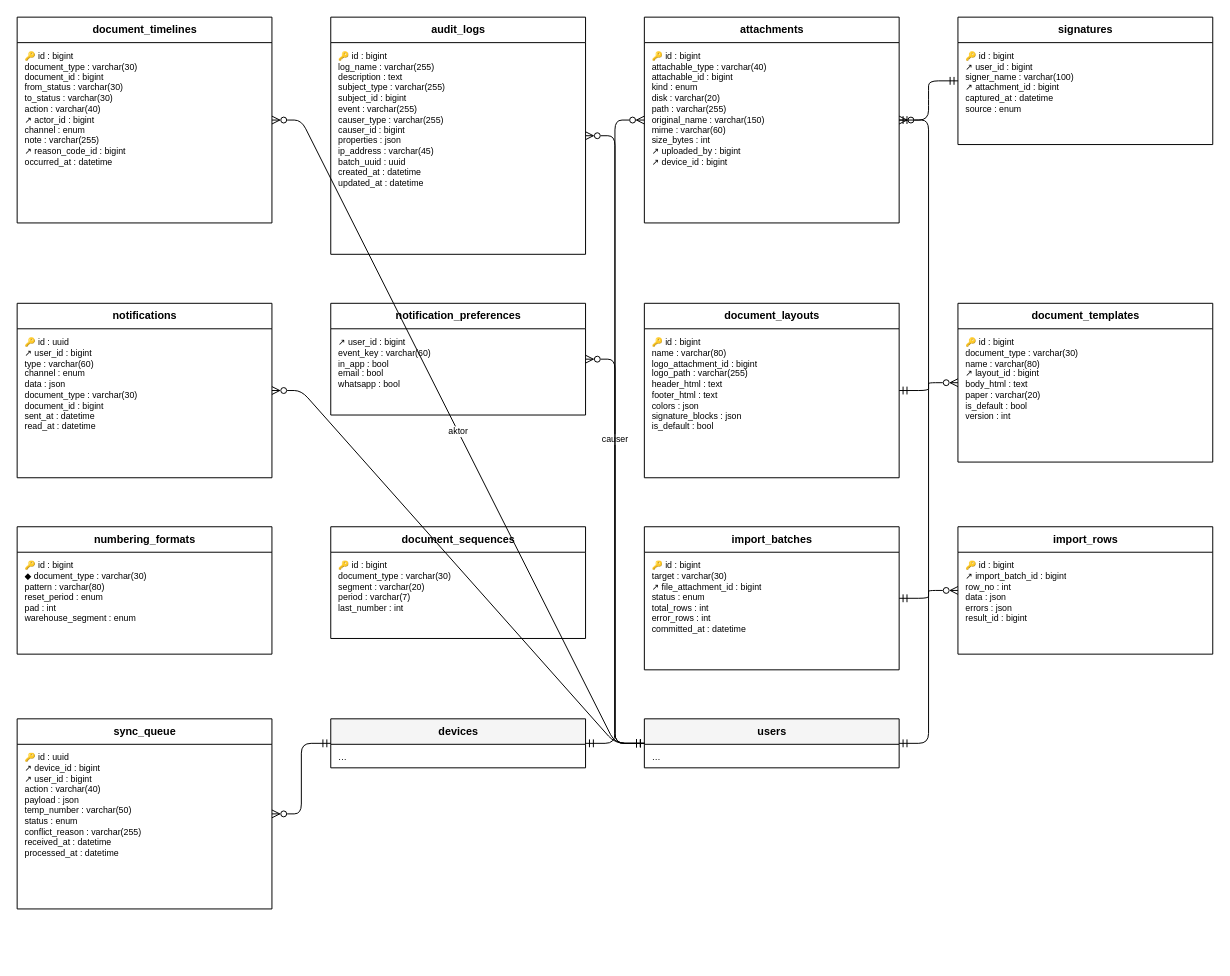
Above: docs/diagram/erd-umum.drawio in HengkyDarmawan/wms (draw.io), before the change. Source tidied: cells renumbered, new cells numbered last; positions are measured from the earlier drawing's top-left corner, leaving out a move shared by most shapes. Both pictures are drawn from the tidied source at 98%, with x=0, y=0 at pixel (17, 17).
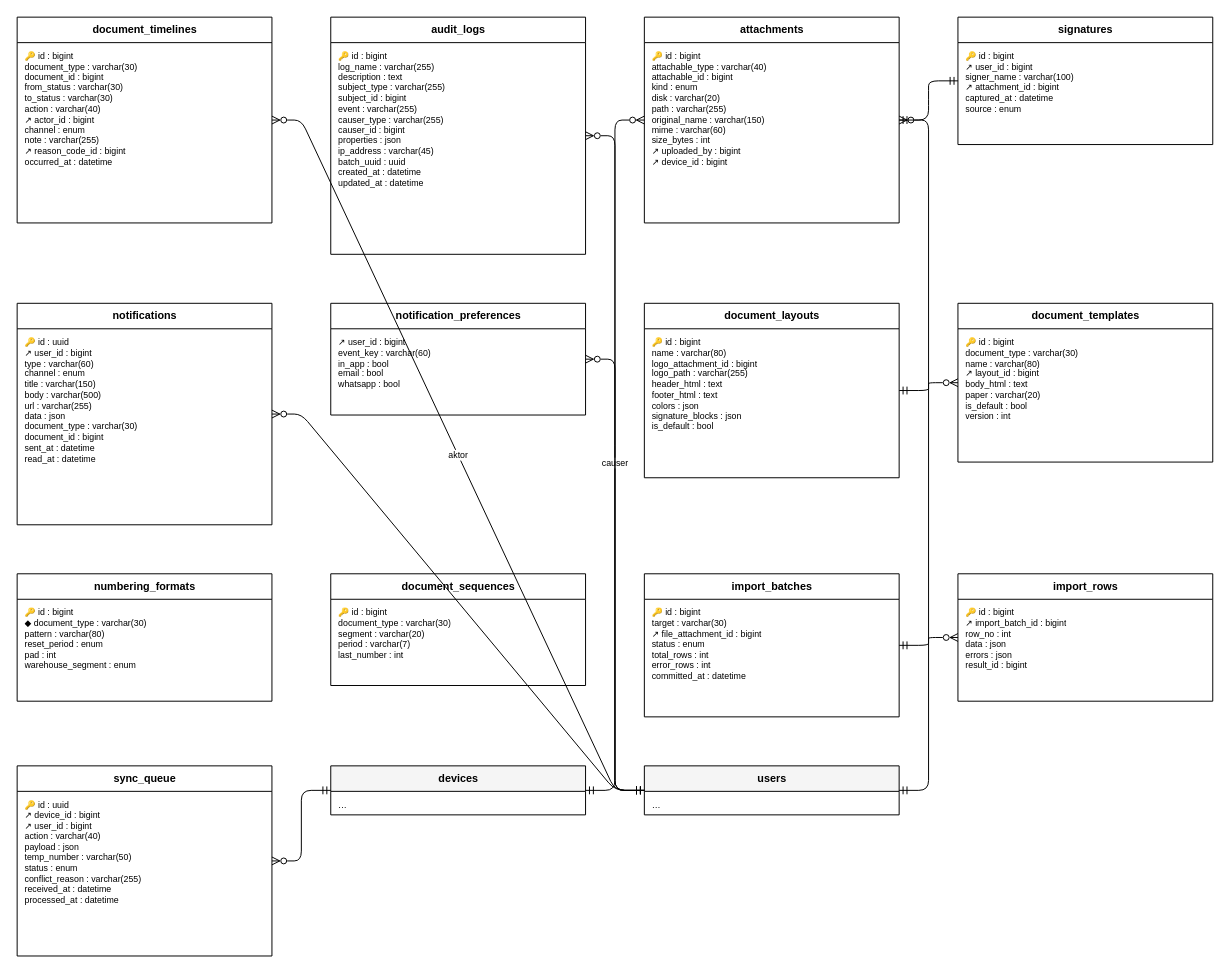
The same page after the edit.

What changed in the source:
```diff
@@
     <mxCell id="10" value="notifications" style="swimlane;fontStyle=1;horizontal=1;startSize=26;html=1;fontSize=11;fillColor=#FFFFFF;" parent="1" vertex="1">
-      <mxGeometry y="292" width="260" height="178" as="geometry" />
+      <mxGeometry y="292" width="260" height="226" as="geometry" />
     </mxCell>
-    <mxCell id="11" value="🔑 id : uuid&lt;br&gt;↗ user_id : bigint&lt;br&gt;type : varchar(60)&lt;br&gt;channel : enum&lt;br&gt;data : json&lt;br&gt;document_type : varchar(30)&lt;br&gt;document_id : bigint&lt;br&gt;sent_at : datetime&lt;br&gt;read_at : datetime" style="text;html=1;strokeColor=none;fillColor=none;align=left;verticalAlign=top;spacingLeft=6;spacingTop=2;fontSize=9;whiteSpace=wrap;overflow=hidden;" parent="10" vertex="1">
-      <mxGeometry y="26" width="260" height="152" as="geometry" />
+    <mxCell id="11" value="🔑 id : uuid&lt;br&gt;↗ user_id : bigint&lt;br&gt;type : varchar(60)&lt;br&gt;channel : enum&lt;br&gt;title : varchar(150)&lt;br&gt;body : varchar(500)&lt;br&gt;url : varchar(255)&lt;br&gt;data : json&lt;br&gt;document_type : varchar(30)&lt;br&gt;document_id : bigint&lt;br&gt;sent_at : datetime&lt;br&gt;read_at : datetime" style="text;html=1;strokeColor=none;fillColor=none;align=left;verticalAlign=top;spacingLeft=6;spacingTop=2;fontSize=9;whiteSpace=wrap;overflow=hidden;" parent="10" vertex="1">
+      <mxGeometry y="26" width="260" height="200" as="geometry" />
     </mxCell>
@@
     <mxCell id="18" value="numbering_formats" style="swimlane;fontStyle=1;horizontal=1;startSize=26;html=1;fontSize=11;fillColor=#FFFFFF;" parent="1" vertex="1">
-      <mxGeometry y="520" width="260" height="130" as="geometry" />
+      <mxGeometry y="568" width="260" height="130" as="geometry" />
     </mxCell>
@@
     <mxCell id="20" value="document_sequences" style="swimlane;fontStyle=1;horizontal=1;startSize=26;html=1;fontSize=11;fillColor=#FFFFFF;" parent="1" vertex="1">
-      <mxGeometry x="320" y="520" width="260" height="114" as="geometry" />
+      <mxGeometry x="320" y="568" width="260" height="114" as="geometry" />
     </mxCell>
@@
     <mxCell id="22" value="import_batches" style="swimlane;fontStyle=1;horizontal=1;startSize=26;html=1;fontSize=11;fillColor=#FFFFFF;" parent="1" vertex="1">
-      <mxGeometry x="640" y="520" width="260" height="146" as="geometry" />
+      <mxGeometry x="640" y="568" width="260" height="146" as="geometry" />
     </mxCell>
@@
     <mxCell id="24" value="import_rows" style="swimlane;fontStyle=1;horizontal=1;startSize=26;html=1;fontSize=11;fillColor=#FFFFFF;" parent="1" vertex="1">
-      <mxGeometry x="960" y="520" width="260" height="130" as="geometry" />
+      <mxGeometry x="960" y="568" width="260" height="130" as="geometry" />
     </mxCell>
@@
     <mxCell id="26" value="sync_queue" style="swimlane;fontStyle=1;horizontal=1;startSize=26;html=1;fontSize=11;fillColor=#FFFFFF;" parent="1" vertex="1">
-      <mxGeometry y="716" width="260" height="194" as="geometry" />
+      <mxGeometry y="764" width="260" height="194" as="geometry" />
     </mxCell>
@@
     <mxCell id="28" value="devices" style="swimlane;fontStyle=1;horizontal=1;startSize=26;html=1;fontSize=11;fillColor=#F5F5F5;" parent="1" vertex="1">
-      <mxGeometry x="320" y="716" width="260" height="50" as="geometry" />
+      <mxGeometry x="320" y="764" width="260" height="50" as="geometry" />
     </mxCell>
@@
     <mxCell id="30" value="users" style="swimlane;fontStyle=1;horizontal=1;startSize=26;html=1;fontSize=11;fillColor=#F5F5F5;" parent="1" vertex="1">
-      <mxGeometry x="640" y="716" width="260" height="50" as="geometry" />
+      <mxGeometry x="640" y="764" width="260" height="50" as="geometry" />
     </mxCell>
```
